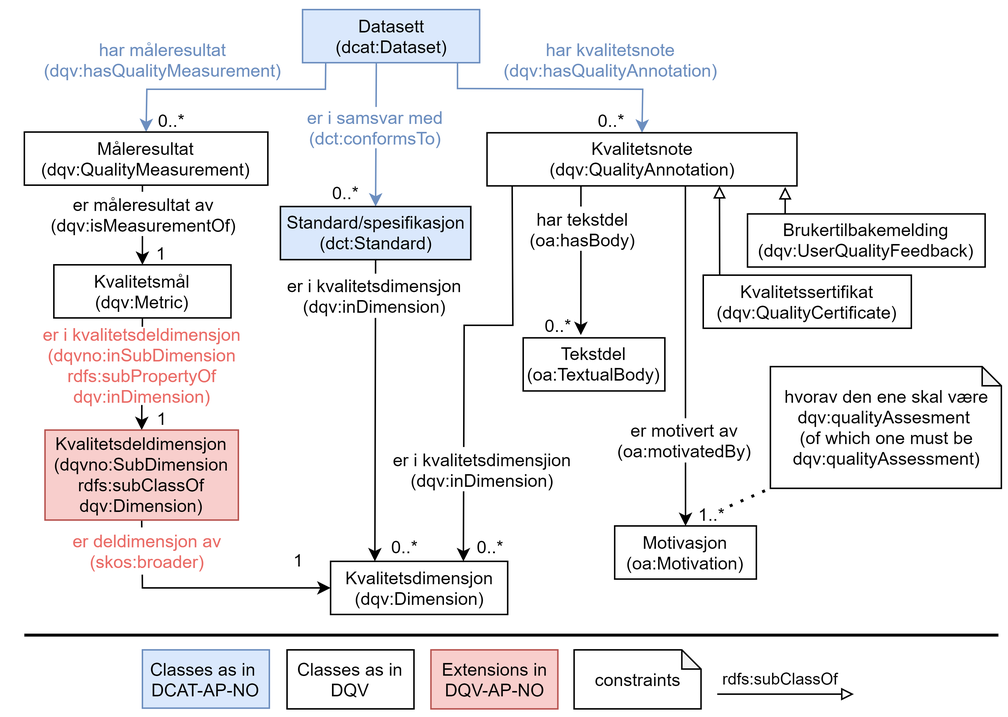
Earlier version of the draw.io export docs/images/dqv-ap-no.png (Informasjonsforvaltning/dqv-ap-no). Source tidied: cells renumbered, new cells last; positions are measured from the earlier drawing's top-left corner, leaving out a move shared by most shapes.
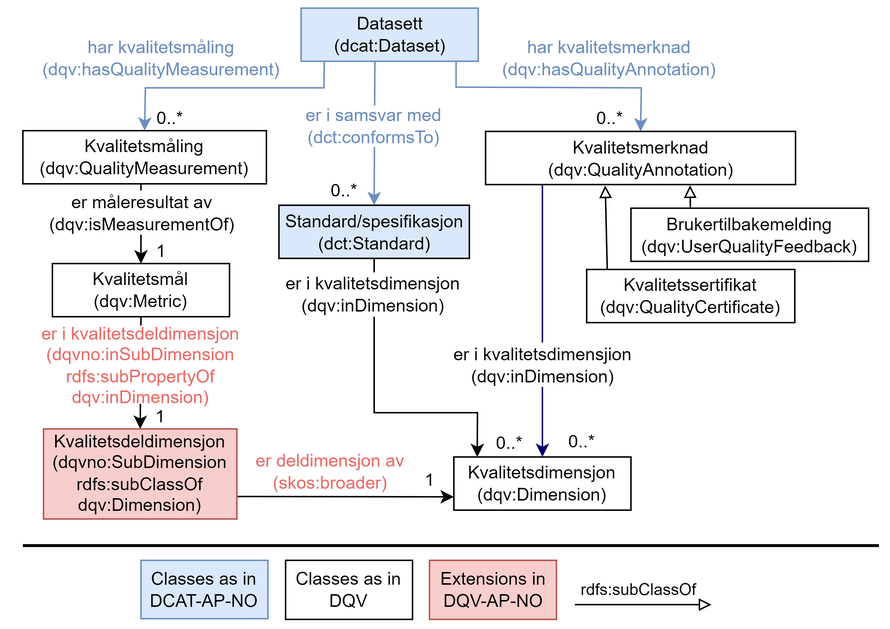
Above is the later version.

The edit, as a diff of the source:
```diff
@@ -2,9 +2,11 @@
   <root>
     <mxCell id="0" />
     <mxCell id="1" parent="0" />
-    <mxCell id="2" style="endArrow=classic;html=1;entryX=0.5;entryY=0;entryDx=0;entryDy=0;exitX=0.64;exitY=0.5;exitDx=0;exitDy=0;exitPerimeter=0;" parent="1" edge="1" source="35" target="42">
-      <mxGeometry relative="1" as="geometry" />
-    </mxCell>
+    <mxCell id="53" style="endArrow=classic;html=1;strokeWidth=1;fontColor=#6C8EBF;entryX=0.5;entryY=0;entryDx=0;entryDy=0;strokeColor=#000066;" parent="1" edge="1" target="26">
+      <mxGeometry relative="1" as="geometry">
+        <mxPoint x="362" y="114" as="sourcePoint" />
+      </mxGeometry>
+    </mxCell>
     <mxCell id="3" style="endArrow=classic;html=1;entryX=0.5;entryY=0;entryDx=0;entryDy=0;exitX=0.5;exitY=1;exitDx=0;exitDy=0;" parent="1" edge="1" source="24" target="30">
       <mxGeometry relative="1" as="geometry" />
     </mxCell>
@@ -16,7 +18,7 @@
         </Array>
       </mxGeometry>
     </mxCell>
-    <mxCell id="5" value="har måleresultat (dqv:hasQualityMeasurement)" style="text;html=1;strokeColor=none;fillColor=none;align=center;verticalAlign=middle;whiteSpace=wrap;rounded=0;fontColor=#6C8EBF;" parent="1" vertex="1">
+    <mxCell id="5" value="har kvalitetsmåling&lt;div&gt;(dqv:hasQualityMeasurement)&lt;/div&gt;" style="text;html=1;strokeColor=none;fillColor=none;align=center;verticalAlign=middle;whiteSpace=wrap;rounded=0;fontColor=#6C8EBF;" parent="1" vertex="1">
       <mxGeometry x="8" y="23.5" width="192" height="20" as="geometry" />
     </mxCell>
     <mxCell id="6" style="endArrow=classic;html=1;exitX=0.5;exitY=1;exitDx=0;exitDy=0;" parent="1" edge="1" target="24">
@@ -29,8 +31,13 @@
         <mxPoint x="248.5" y="32.5" as="sourcePoint" />
       </mxGeometry>
     </mxCell>
-    <mxCell id="8" style="endArrow=classic;html=1;exitX=0.5;exitY=1;exitDx=0;exitDy=0;entryX=0.25;entryY=0;entryDx=0;entryDy=0;" parent="1" edge="1" source="36" target="26">
-      <mxGeometry relative="1" as="geometry" />
+    <mxCell id="8" style="endArrow=classic;html=1;exitX=0.5;exitY=1;exitDx=0;exitDy=0;entryX=0.132;entryY=0.002;entryDx=0;entryDy=0;rounded=0;entryPerimeter=0;" parent="1" edge="1" source="36" target="26">
+      <mxGeometry relative="1" as="geometry">
+        <Array as="points">
+          <mxPoint x="248" y="274" />
+          <mxPoint x="318" y="274" />
+        </Array>
+      </mxGeometry>
     </mxCell>
     <mxCell id="9" style="endArrow=classic;html=1;entryX=0.5;entryY=0;entryDx=0;entryDy=0;fontColor=#6C8EBF;strokeColor=#6C8EBF;rounded=0;" parent="1" edge="1" target="35">
       <mxGeometry relative="1" as="geometry">
@@ -41,7 +48,7 @@
         </Array>
       </mxGeometry>
     </mxCell>
-    <mxCell id="10" value="har kvalitetsnote&lt;br&gt;(dqv:hasQualityAnnotation)" style="text;html=1;strokeColor=none;fillColor=none;align=center;verticalAlign=middle;whiteSpace=wrap;rounded=0;fontColor=#6C8EBF;" parent="1" vertex="1">
+    <mxCell id="10" value="har kvalitetsmerknad&lt;br&gt;(dqv:hasQualityAnnotation)" style="text;html=1;strokeColor=none;fillColor=none;align=center;verticalAlign=middle;whiteSpace=wrap;rounded=0;fontColor=#6C8EBF;" parent="1" vertex="1">
       <mxGeometry x="327" y="13.5" width="161" height="40" as="geometry" />
     </mxCell>
     <mxCell id="11" value="0..*" style="text;html=1;strokeColor=none;fillColor=none;align=center;verticalAlign=middle;whiteSpace=wrap;rounded=0;" parent="1" vertex="1">
@@ -51,22 +58,13 @@
       <mxGeometry x="83.5" y="155" width="40" height="20" as="geometry" />
     </mxCell>
     <mxCell id="13" value="1" style="text;html=1;strokeColor=none;fillColor=none;align=center;verticalAlign=middle;whiteSpace=wrap;rounded=0;" parent="1" vertex="1">
-      <mxGeometry x="180" y="363" width="32" height="20" as="geometry" />
+      <mxGeometry x="270" y="310" width="32" height="20" as="geometry" />
     </mxCell>
     <mxCell id="14" value="0..*" style="text;html=1;strokeColor=none;fillColor=none;align=center;verticalAlign=middle;whiteSpace=wrap;rounded=0;" parent="1" vertex="1">
-      <mxGeometry x="248" y="354" width="40" height="20" as="geometry" />
+      <mxGeometry x="320" y="285" width="40" height="20" as="geometry" />
     </mxCell>
-    <mxCell id="15" style="endArrow=classic;html=1;entryX=0.75;entryY=0;entryDx=0;entryDy=0;rounded=0;" parent="1" edge="1" target="26">
-      <mxGeometry relative="1" as="geometry">
-        <mxPoint x="340.5" y="113.5" as="sourcePoint" />
-        <Array as="points">
-          <mxPoint x="341" y="214" />
-          <mxPoint x="308" y="214" />
-        </Array>
-      </mxGeometry>
-    </mxCell>
     <mxCell id="16" value="0..*" style="text;html=1;strokeColor=none;fillColor=none;align=center;verticalAlign=middle;whiteSpace=wrap;rounded=0;" parent="1" vertex="1">
-      <mxGeometry x="306" y="354" width="40" height="20" as="geometry" />
+      <mxGeometry x="369" y="284" width="40" height="20" as="geometry" />
     </mxCell>
     <mxCell id="17" value="0..*" style="text;html=1;strokeColor=none;fillColor=none;align=center;verticalAlign=middle;whiteSpace=wrap;rounded=0;" parent="1" vertex="1">
       <mxGeometry x="387.5" y="65" width="40" height="20" as="geometry" />
@@ -74,22 +72,18 @@
     <mxCell id="18" value="0..*" style="text;html=1;strokeColor=none;fillColor=none;align=center;verticalAlign=middle;whiteSpace=wrap;rounded=0;" parent="1" vertex="1">
       <mxGeometry x="208" y="113.5" width="40" height="20" as="geometry" />
     </mxCell>
-    <mxCell id="19" style="endArrow=block;html=1;endFill=0;exitX=0.079;exitY=0.064;exitDx=0;exitDy=0;entryX=0.75;entryY=1;entryDx=0;entryDy=0;exitPerimeter=0;" parent="1" edge="1" source="34" target="35">
+    <mxCell id="19" style="endArrow=block;html=1;endFill=0;entryX=0.386;entryY=1.017;entryDx=0;entryDy=0;entryPerimeter=0;exitX=0.099;exitY=0.026;exitDx=0;exitDy=0;exitPerimeter=0;" parent="1" edge="1" source="34" target="35">
       <mxGeometry relative="1" as="geometry" />
     </mxCell>
     <mxCell id="20" value="1" style="text;html=1;strokeColor=none;fillColor=none;align=center;verticalAlign=middle;whiteSpace=wrap;rounded=0;" parent="1" vertex="1">
       <mxGeometry x="85" y="267" width="37" height="20" as="geometry" />
     </mxCell>
-    <mxCell id="21" style="endArrow=classic;html=1;entryX=0;entryY=0.5;entryDx=0;entryDy=0;exitX=0.5;exitY=1;exitDx=0;exitDy=0;rounded=0;" parent="1" edge="1" source="30" target="26">
-      <mxGeometry relative="1" as="geometry">
-        <Array as="points">
-          <mxPoint x="90" y="392" />
-        </Array>
-      </mxGeometry>
+    <mxCell id="21" style="endArrow=classic;html=1;entryX=0;entryY=0.75;entryDx=0;entryDy=0;exitX=1;exitY=0.75;exitDx=0;exitDy=0;rounded=0;" parent="1" edge="1" source="30" target="26">
+      <mxGeometry relative="1" as="geometry" />
     </mxCell>
-    <mxCell id="22" style="endArrow=block;html=1;endFill=0;entryX=0.962;entryY=1.019;entryDx=0;entryDy=0;entryPerimeter=0;" parent="1" edge="1" target="35">
+    <mxCell id="22" style="endArrow=block;html=1;endFill=0;exitX=0.25;exitY=0;exitDx=0;exitDy=0;" parent="1" edge="1" source="33">
       <mxGeometry relative="1" as="geometry">
-        <mxPoint x="525.5" y="144.5" as="sourcePoint" />
+        <mxPoint x="462" y="120" as="targetPoint" />
       </mxGeometry>
     </mxCell>
     <mxCell id="23" value="Datasett&lt;br&gt;(dcat:Dataset)" style="rounded=0;whiteSpace=wrap;html=1;fillColor=#dae8fc;strokeColor=#6c8ebf;" parent="1" vertex="1">
@@ -102,7 +96,7 @@
       <mxGeometry x="39.5" y="123.5" width="102" height="30" as="geometry" />
     </mxCell>
     <mxCell id="26" value="Kvalitetsdimensjon&lt;br&gt;(dqv:Dimension)" style="rounded=0;whiteSpace=wrap;html=1;" parent="1" vertex="1">
-      <mxGeometry x="217.5" y="374" width="120" height="36" as="geometry" />
+      <mxGeometry x="302" y="304" width="120" height="36" as="geometry" />
     </mxCell>
     <mxCell id="27" value="er i kvalitetsdeldimensjon (dqvno:inSubDimension rdfs:subPropertyOf dqv:inDimension)" style="text;html=1;align=center;verticalAlign=middle;whiteSpace=wrap;rounded=0;fillColor=#FFFFFF;labelBackgroundColor=none;fontColor=#EA6B66;" parent="1" vertex="1">
       <mxGeometry y="215" width="180" height="53" as="geometry" />
@@ -110,83 +104,53 @@
     <mxCell id="28" value="er i samsvar med (dct:conformsTo)" style="text;html=1;strokeColor=none;fillColor=#FFFFFF;align=center;verticalAlign=middle;whiteSpace=wrap;rounded=0;fontStyle=0;fontColor=#6C8EBF;" parent="1" vertex="1">
       <mxGeometry x="192.5" y="66" width="110" height="28" as="geometry" />
     </mxCell>
-    <mxCell id="29" value="er i kvalitetsdimensjion (dqv:inDimension)" style="text;html=1;align=center;verticalAlign=middle;whiteSpace=wrap;rounded=0;fillColor=#FFFFFF;" parent="1" vertex="1">
-      <mxGeometry x="257" y="296.5" width="127" height="30" as="geometry" />
-    </mxCell>
     <mxCell id="30" value="Kvalitetsdeldimensjon&lt;br&gt;(dqvno:SubDimension rdfs:subClassOf dqv:Dimension)" style="rounded=0;whiteSpace=wrap;html=1;fillColor=#f8cecc;strokeColor=#b85450;" parent="1" vertex="1">
       <mxGeometry x="24" y="285" width="131" height="61" as="geometry" />
     </mxCell>
     <mxCell id="31" value="er deldimensjon av&lt;br&gt;(skos:broader)" style="text;html=1;align=center;verticalAlign=middle;whiteSpace=wrap;rounded=0;fillColor=#FFFFFF;fontColor=#EA6B66;" parent="1" vertex="1">
-      <mxGeometry x="38.5" y="351" width="111" height="32" as="geometry" />
+      <mxGeometry x="163" y="298" width="111" height="32" as="geometry" />
     </mxCell>
     <mxCell id="32" value="er i kvalitetsdimensjon (dqv:inDimension)" style="text;html=1;align=center;verticalAlign=middle;whiteSpace=wrap;rounded=0;fillColor=#FFFFFF;" parent="1" vertex="1">
       <mxGeometry x="183.5" y="179" width="127" height="30" as="geometry" />
     </mxCell>
     <mxCell id="33" value="Brukertilbakemelding&lt;br&gt;(dqv:UserQualityFeedback)" style="rounded=0;whiteSpace=wrap;html=1;fillColor=#FFFFFF;" parent="1" vertex="1">
-      <mxGeometry x="500" y="138.5" width="161" height="36" as="geometry" />
+      <mxGeometry x="422" y="135.5" width="161" height="36" as="geometry" />
     </mxCell>
     <mxCell id="34" value="Kvalitetssertifikat&lt;br&gt;(dqv:QualityCertificate)" style="rounded=0;whiteSpace=wrap;html=1;fillColor=#FFFFFF;" parent="1" vertex="1">
-      <mxGeometry x="470" y="180" width="141" height="36" as="geometry" />
+      <mxGeometry x="392" y="177" width="141" height="36" as="geometry" />
     </mxCell>
-    <mxCell id="35" value="Kvalitetsnote&lt;br&gt;(dqv:QualityAnnotation)" style="rounded=0;whiteSpace=wrap;html=1;" parent="1" vertex="1">
+    <mxCell id="35" value="Kvalitetsmerknad&lt;br&gt;(dqv:QualityAnnotation)" style="rounded=0;whiteSpace=wrap;html=1;" parent="1" vertex="1">
       <mxGeometry x="323.5" y="83.5" width="210" height="36" as="geometry" />
     </mxCell>
     <mxCell id="36" value="Standard/spesifikasjon (dct:Standard)" style="rounded=0;whiteSpace=wrap;html=1;fillColor=#DAE8FC;" parent="1" vertex="1">
       <mxGeometry x="183.5" y="133.5" width="129" height="36" as="geometry" />
     </mxCell>
-    <mxCell id="37" value="Måleresultat&lt;br&gt;(dqv:QualityMeasurement)" style="rounded=0;whiteSpace=wrap;html=1;" parent="1" vertex="1">
+    <mxCell id="37" value="Kvalitetsmåling&lt;br&gt;(dqv:QualityMeasurement)" style="rounded=0;whiteSpace=wrap;html=1;" parent="1" vertex="1">
       <mxGeometry x="10" y="83" width="165" height="36" as="geometry" />
     </mxCell>
-    <mxCell id="38" value="Tekstdel&lt;br&gt;(oa:TextualBody)" style="rounded=0;whiteSpace=wrap;html=1;fillColor=#FFFFFF;" parent="1" vertex="1">
-      <mxGeometry x="348" y="222.5" width="96" height="36" as="geometry" />
-    </mxCell>
-    <mxCell id="39" style="endArrow=classic;html=1;exitX=0.303;exitY=0.997;exitDx=0;exitDy=0;exitPerimeter=0;entryX=0.407;entryY=-0.052;entryDx=0;entryDy=0;entryPerimeter=0;" parent="1" edge="1" source="35" target="38">
-      <mxGeometry relative="1" as="geometry" />
-    </mxCell>
-    <mxCell id="40" value="0..*" style="text;html=1;strokeColor=none;fillColor=none;align=center;verticalAlign=middle;whiteSpace=wrap;rounded=0;" parent="1" vertex="1">
-      <mxGeometry x="352" y="203.5" width="40" height="20" as="geometry" />
-    </mxCell>
-    <mxCell id="41" value="har tekstdel&lt;br&gt;(oa:hasBody)" style="text;html=1;align=center;verticalAlign=middle;whiteSpace=wrap;rounded=0;fillColor=#FFFFFF;" parent="1" vertex="1">
-      <mxGeometry x="345" y="133.5" width="87" height="30" as="geometry" />
-    </mxCell>
-    <mxCell id="42" value="Motivasjon&lt;br&gt;(oa:Motivation)" style="rounded=0;whiteSpace=wrap;html=1;fillColor=#FFFFFF;" parent="1" vertex="1">
-      <mxGeometry x="410" y="350" width="96" height="36" as="geometry" />
-    </mxCell>
-    <mxCell id="43" value="1..*" style="text;html=1;strokeColor=none;fillColor=none;align=center;verticalAlign=middle;whiteSpace=wrap;rounded=0;" parent="1" vertex="1">
-      <mxGeometry x="464" y="331.5" width="24" height="20" as="geometry" />
-    </mxCell>
-    <mxCell id="44" value="er motivert av&lt;br&gt;(oa:motivatedBy)" style="text;html=1;align=center;verticalAlign=middle;whiteSpace=wrap;rounded=0;fillColor=#FFFFFF;" parent="1" vertex="1">
-      <mxGeometry x="394" y="277" width="127" height="30" as="geometry" />
-    </mxCell>
-    <mxCell id="45" value="hvorav den ene skal være dqv:qualityAssesment &lt;br&gt;(of which one must be dqv:qualityAssessment)" style="shape=note;whiteSpace=wrap;html=1;backgroundOutline=1;darkOpacity=0.05;size=13;" parent="1" vertex="1">
-      <mxGeometry x="515.5" y="242" width="156.5" height="82.5" as="geometry" />
-    </mxCell>
-    <mxCell id="46" style="endArrow=none;dashed=1;html=1;dashPattern=1 3;strokeWidth=2;entryX=0;entryY=1;entryDx=0;entryDy=0;entryPerimeter=0;exitX=1;exitY=0.25;exitDx=0;exitDy=0;" parent="1" edge="1" source="43" target="45">
-      <mxGeometry relative="1" as="geometry" />
-    </mxCell>
     <mxCell id="47" value="Classes as in &lt;br&gt;DCAT-AP-NO" style="rounded=0;whiteSpace=wrap;html=1;fillColor=#dae8fc;strokeColor=#6c8ebf;" parent="1" vertex="1">
-      <mxGeometry x="90" y="434" width="86" height="39.5" as="geometry" />
+      <mxGeometry x="90" y="374" width="86" height="39.5" as="geometry" />
     </mxCell>
     <mxCell id="48" value="Classes as in&lt;br&gt;DQV" style="rounded=0;whiteSpace=wrap;html=1;" parent="1" vertex="1">
-      <mxGeometry x="188" y="434" width="86" height="40" as="geometry" />
+      <mxGeometry x="188" y="374" width="86" height="40" as="geometry" />
     </mxCell>
     <mxCell id="49" value="Extensions in&lt;br&gt;DQV-AP-NO" style="rounded=0;whiteSpace=wrap;html=1;fillColor=#f8cecc;strokeColor=#b85450;" parent="1" vertex="1">
-      <mxGeometry x="285.5" y="434" width="86" height="40" as="geometry" />
+      <mxGeometry x="285.5" y="374" width="86" height="40" as="geometry" />
     </mxCell>
-    <mxCell id="50" value="constraints" style="shape=note;whiteSpace=wrap;html=1;backgroundOutline=1;darkOpacity=0.05;size=13;" parent="1" vertex="1">
-      <mxGeometry x="382.5" y="434" width="86" height="40" as="geometry" />
-    </mxCell>
     <mxCell id="51" value="rdfs:subClassOf" style="endArrow=block;endSize=6;endFill=0;html=1;" parent="1" edge="1">
       <mxGeometry x="-0.08" y="10" relative="1" as="geometry">
-        <mxPoint x="479.5" y="464" as="sourcePoint" />
-        <mxPoint x="572" y="464" as="targetPoint" />
+        <mxPoint x="384" y="404" as="sourcePoint" />
+        <mxPoint x="476.5" y="404" as="targetPoint" />
       </mxGeometry>
     </mxCell>
     <mxCell id="52" style="endArrow=none;html=1;strokeWidth=2;" parent="1" edge="1">
       <mxGeometry relative="1" as="geometry">
-        <mxPoint x="10" y="424" as="sourcePoint" />
-        <mxPoint x="670" y="424" as="targetPoint" />
+        <mxPoint x="10" y="364" as="sourcePoint" />
+        <mxPoint x="590" y="364" as="targetPoint" />
       </mxGeometry>
     </mxCell>
+    <mxCell id="29" value="er i kvalitetsdimensjion (dqv:inDimension)" style="text;html=1;align=center;verticalAlign=middle;whiteSpace=wrap;rounded=0;fillColor=#FFFFFF;" parent="1" vertex="1">
+      <mxGeometry x="299" y="226.5" width="127" height="30" as="geometry" />
+    </mxCell>
   </root>
 </mxGraphModel>
```
